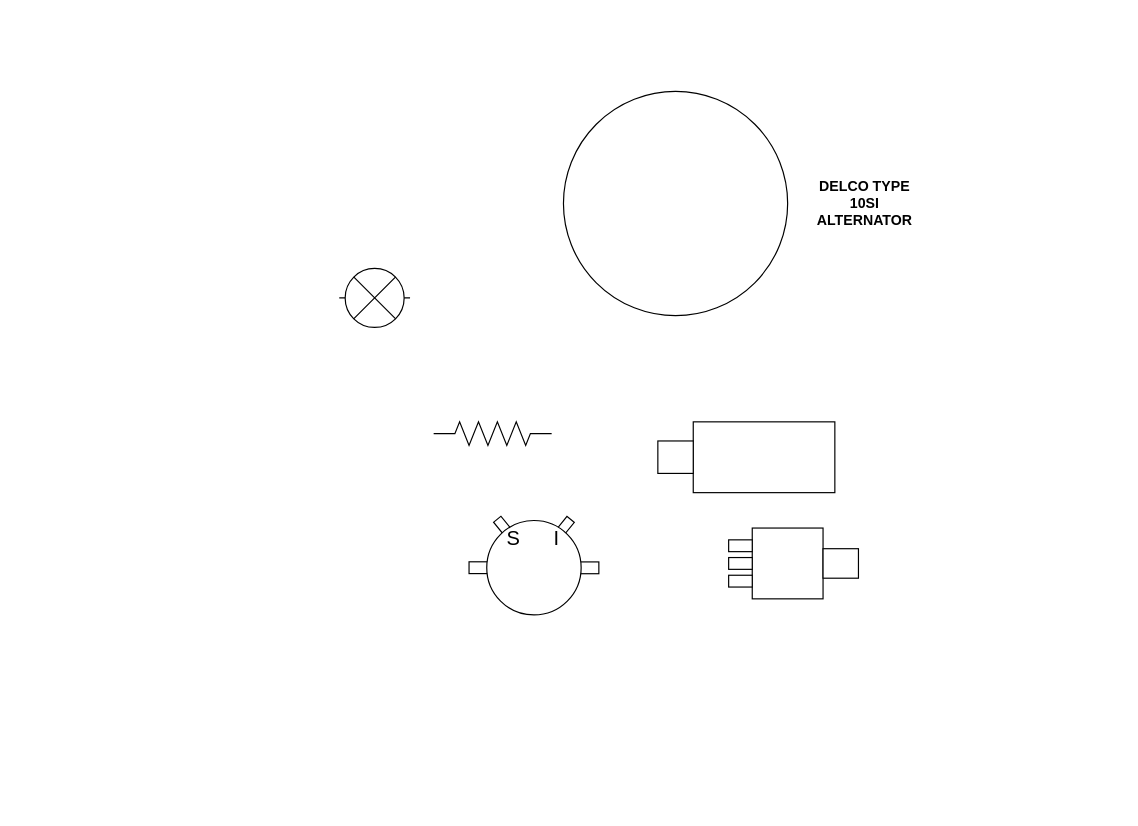
This is International 300U w 12V alternator neg ground.drawio from technomancer-101/tractor-wiring, a draw.io file, before an edit. Source tidied: cells renumbered, new cells numbered last; positions are measured from the earlier drawing's top-left corner, leaving out a move shared by most shapes. Both pictures are drawn from the tidied source at 118%, with x=0, y=0 at pixel (339, 91).
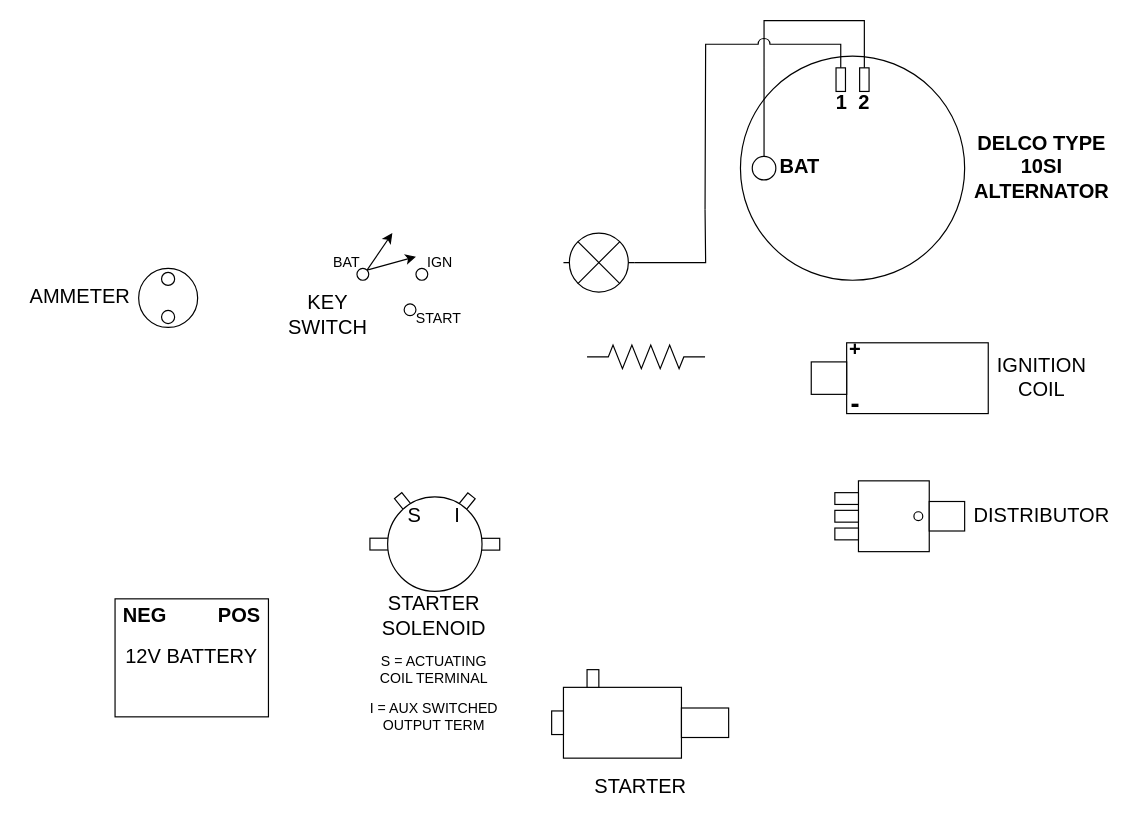
The same diagram, later.

Diff of the diagram source:
```diff
@@
-    <mxCell id="2" style="ellipse;whiteSpace=wrap;html=1;" parent="1" vertex="1">
-      <mxGeometry x="190" width="190" height="190" as="geometry" />
-    </mxCell>
-    <mxCell id="3" value="&lt;div&gt;DELCO TYPE&lt;/div&gt;&lt;div&gt;10SI&lt;/div&gt;&lt;div&gt;ALTERNATOR&lt;br&gt;&lt;/div&gt;" style="text;html=1;align=center;verticalAlign=middle;strokeColor=none;fillColor=none;fontStyle=1;" parent="1" vertex="1">
-      <mxGeometry x="400" y="70" width="90" height="50" as="geometry" />
-    </mxCell>
+    <mxCell id="23" style="edgeStyle=orthogonalEdgeStyle;rounded=0;jumpStyle=arc;jumpSize=10;jettySize=auto;html=1;exitX=1;exitY=0.5;exitDx=0;exitDy=0;exitPerimeter=0;fontSize=11;endArrow=none;endFill=0;" parent="1" edge="1" source="4">
+      <mxGeometry relative="1" as="geometry">
+        <mxPoint x="310" y="100" as="targetPoint" />
+      </mxGeometry>
+    </mxCell>
     <mxCell id="4" style="verticalLabelPosition=bottom;shadow=0;dashed=0;align=center;html=1;verticalAlign=top;shape=mxgraph.electrical.miscellaneous.light_bulb;" parent="1" vertex="1">
-      <mxGeometry y="150" width="60" height="50" as="geometry" />
+      <mxGeometry x="190" y="120" width="60" height="50" as="geometry" />
     </mxCell>
     <mxCell id="5" style="verticalLabelPosition=bottom;shadow=0;dashed=0;align=center;html=1;verticalAlign=top;shape=mxgraph.electrical.resistors.resistor_2;" parent="1" vertex="1">
-      <mxGeometry x="80" y="280" width="100" height="20" as="geometry" />
+      <mxGeometry x="210" y="215" width="100" height="20" as="geometry" />
     </mxCell>
     <mxCell id="6" style="group;" parent="1" vertex="1">
-      <mxGeometry x="330" y="370" width="110" height="60" as="geometry" />
+      <mxGeometry x="420" y="330" width="240" height="115" as="geometry" />
     </mxCell>
+    <mxCell id="24" style="group;" parent="6" vertex="1">
+      <mxGeometry width="240" height="60" as="geometry" />
+    </mxCell>
+    <mxCell id="25" style="group;" parent="24" vertex="1">
+      <mxGeometry width="110" height="60" as="geometry" />
+    </mxCell>
-    <mxCell id="7" style="whiteSpace=wrap;html=1;" parent="6" vertex="1">
+    <mxCell id="7" style="whiteSpace=wrap;html=1;" parent="25" vertex="1">
       <mxGeometry x="20" width="60" height="60" as="geometry" />
     </mxCell>
-    <mxCell id="8" style="rounded=0;whiteSpace=wrap;html=1;" parent="6" vertex="1">
+    <mxCell id="8" style="rounded=0;whiteSpace=wrap;html=1;" parent="25" vertex="1">
       <mxGeometry y="10" width="20" height="10" as="geometry" />
     </mxCell>
-    <mxCell id="9" style="rounded=0;whiteSpace=wrap;html=1;" parent="6" vertex="1">
+    <mxCell id="9" style="rounded=0;whiteSpace=wrap;html=1;" parent="25" vertex="1">
       <mxGeometry y="25" width="20" height="10" as="geometry" />
     </mxCell>
-    <mxCell id="10" style="rounded=0;whiteSpace=wrap;html=1;" parent="6" vertex="1">
+    <mxCell id="10" style="rounded=0;whiteSpace=wrap;html=1;" parent="25" vertex="1">
       <mxGeometry y="40" width="20" height="10" as="geometry" />
     </mxCell>
-    <mxCell id="11" style="rounded=0;whiteSpace=wrap;html=1;" parent="6" vertex="1">
+    <mxCell id="11" style="rounded=0;whiteSpace=wrap;html=1;" parent="25" vertex="1">
       <mxGeometry x="80" y="17.5" width="30" height="25" as="geometry" />
     </mxCell>
-    <mxCell id="12" style="group;" parent="1" vertex="1">
-      <mxGeometry x="270" y="280" width="150" height="60" as="geometry" />
-    </mxCell>
+    <mxCell id="26" style="ellipse;whiteSpace=wrap;html=1;fontSize=17;" parent="25" vertex="1">
+      <mxGeometry x="67" y="26.2" width="7.5" height="7.5" as="geometry" />
+    </mxCell>
+    <mxCell id="27" value="DISTRIBUTOR" style="text;html=1;align=center;verticalAlign=middle;strokeColor=none;fillColor=none;fontSize=17;" parent="24" vertex="1">
+      <mxGeometry x="110" y="15" width="130" height="30" as="geometry" />
+    </mxCell>
+    <mxCell id="28" style="group;" parent="1" vertex="1">
+      <mxGeometry x="-190" y="430" width="130" height="100" as="geometry" />
+    </mxCell>
+    <mxCell id="29" value="12V BATTERY" style="rounded=0;whiteSpace=wrap;html=1;fontSize=17;" parent="28" vertex="1">
+      <mxGeometry width="130" height="100" as="geometry" />
+    </mxCell>
+    <mxCell id="30" value="NEG" style="text;html=1;align=center;verticalAlign=middle;strokeColor=none;fillColor=none;fontSize=17;fontStyle=1;" parent="28" vertex="1">
+      <mxGeometry width="50" height="30" as="geometry" />
+    </mxCell>
+    <mxCell id="31" value="POS" style="text;html=1;align=center;verticalAlign=middle;strokeColor=none;fillColor=none;fontSize=17;fontStyle=1;" parent="28" vertex="1">
+      <mxGeometry x="80" width="50" height="30" as="geometry" />
+    </mxCell>
+    <mxCell id="32" style="group;" parent="1" vertex="1">
+      <mxGeometry x="180" y="490" width="150" height="115" as="geometry" />
+    </mxCell>
+    <mxCell id="33" value="STARTER" style="text;html=1;align=center;verticalAlign=middle;strokeColor=none;fillColor=none;fontSize=17;" parent="32" vertex="1">
+      <mxGeometry x="30" y="85" width="90" height="30" as="geometry" />
+    </mxCell>
+    <mxCell id="34" style="rounded=0;whiteSpace=wrap;html=1;fontSize=17;" parent="32" vertex="1">
+      <mxGeometry x="10" y="15" width="100" height="60" as="geometry" />
+    </mxCell>
+    <mxCell id="35" style="rounded=0;whiteSpace=wrap;html=1;fontSize=17;" parent="32" vertex="1">
+      <mxGeometry x="110" y="32.5" width="40" height="25" as="geometry" />
+    </mxCell>
+    <mxCell id="36" style="rounded=0;whiteSpace=wrap;html=1;fontSize=17;" parent="32" vertex="1">
+      <mxGeometry x="30" width="10" height="15" as="geometry" />
+    </mxCell>
+    <mxCell id="37" style="rounded=0;whiteSpace=wrap;html=1;fontSize=17;" parent="32" vertex="1">
+      <mxGeometry y="35" width="10" height="20" as="geometry" />
+    </mxCell>
+    <mxCell id="38" style="group;" parent="1" vertex="1">
+      <mxGeometry x="340" y="-30" width="320" height="190" as="geometry" />
+    </mxCell>
+    <mxCell id="2" style="ellipse;whiteSpace=wrap;html=1;" parent="38" vertex="1">
+      <mxGeometry width="190" height="190" as="geometry" />
+    </mxCell>
+    <mxCell id="3" value="&lt;div style=&quot;font-size: 17px;&quot;&gt;DELCO TYPE&lt;/div&gt;&lt;div style=&quot;font-size: 17px;&quot;&gt;10SI&lt;/div&gt;&lt;div style=&quot;font-size: 17px;&quot;&gt;ALTERNATOR&lt;br style=&quot;font-size: 17px;&quot;&gt;&lt;/div&gt;" style="text;html=1;align=center;verticalAlign=middle;strokeColor=none;fillColor=none;fontStyle=1;fontSize=17;" parent="38" vertex="1">
+      <mxGeometry x="190" y="60" width="130" height="70" as="geometry" />
+    </mxCell>
+    <mxCell id="39" style="rounded=0;whiteSpace=wrap;html=1;fontSize=17;" parent="38" vertex="1">
+      <mxGeometry x="81" y="10" width="8" height="20" as="geometry" />
+    </mxCell>
+    <mxCell id="40" style="rounded=0;whiteSpace=wrap;html=1;fontSize=17;" parent="38" vertex="1">
+      <mxGeometry x="101" y="10" width="8" height="20" as="geometry" />
+    </mxCell>
+    <mxCell id="41" style="ellipse;whiteSpace=wrap;html=1;fontSize=17;" parent="38" vertex="1">
+      <mxGeometry x="10" y="85" width="20" height="20" as="geometry" />
+    </mxCell>
+    <mxCell id="42" value="1&amp;nbsp; 2" style="text;html=1;align=center;verticalAlign=middle;strokeColor=none;fillColor=none;fontSize=17;fontStyle=1;" parent="38" vertex="1">
+      <mxGeometry x="75" y="25" width="40" height="30" as="geometry" />
+    </mxCell>
+    <mxCell id="43" value="BAT" style="text;html=1;align=center;verticalAlign=middle;strokeColor=none;fillColor=none;fontSize=17;fontStyle=1;" parent="38" vertex="1">
+      <mxGeometry x="25" y="80" width="50" height="30" as="geometry" />
+    </mxCell>
+    <mxCell id="44" style="edgeStyle=orthogonalEdgeStyle;rounded=0;jettySize=auto;html=1;fontSize=11;endArrow=none;endFill=0;jumpStyle=arc;jumpSize=10;" parent="38" edge="1" source="40" target="41">
+      <mxGeometry relative="1" as="geometry">
+        <Array as="points">
+          <mxPoint x="105" y="-30" />
+          <mxPoint x="20" y="-30" />
+        </Array>
+      </mxGeometry>
+    </mxCell>
+    <mxCell id="45" style="group;fontSize=12;" parent="1" vertex="1">
+      <mxGeometry x="400" y="205" width="240" height="75" as="geometry" />
+    </mxCell>
+    <mxCell id="46" value="&lt;div style=&quot;font-size: 17px;&quot;&gt;IGNITION&lt;/div&gt;&lt;div style=&quot;font-size: 17px;&quot;&gt;COIL&lt;br style=&quot;font-size: 17px;&quot;&gt;&lt;/div&gt;" style="text;html=1;align=center;verticalAlign=middle;strokeColor=none;fillColor=none;fontSize=17;" parent="45" vertex="1">
+      <mxGeometry x="150" y="13" width="90" height="50" as="geometry" />
+    </mxCell>
-    <mxCell id="13" style="rounded=0;whiteSpace=wrap;html=1;" parent="12" vertex="1">
-      <mxGeometry x="30" width="120" height="60" as="geometry" />
+    <mxCell id="13" style="rounded=0;whiteSpace=wrap;html=1;" parent="45" vertex="1">
+      <mxGeometry x="30" y="8" width="120" height="60" as="geometry" />
     </mxCell>
-    <mxCell id="14" style="rounded=0;whiteSpace=wrap;html=1;" parent="12" vertex="1">
-      <mxGeometry y="16.2" width="30" height="27.5" as="geometry" />
+    <mxCell id="14" style="rounded=0;whiteSpace=wrap;html=1;" parent="45" vertex="1">
+      <mxGeometry y="24.2" width="30" height="27.5" as="geometry" />
     </mxCell>
-    <mxCell id="15" style="group;" parent="1" vertex="1">
-      <mxGeometry x="110" y="360" width="110" height="83.6" as="geometry" />
-    </mxCell>
+    <mxCell id="47" value="+" style="text;html=1;align=center;verticalAlign=middle;strokeColor=none;fillColor=none;fontSize=17;fontStyle=1;" parent="45" vertex="1">
+      <mxGeometry x="22" width="30" height="30" as="geometry" />
+    </mxCell>
+    <mxCell id="48" value="-" style="text;html=1;align=center;verticalAlign=middle;strokeColor=none;fillColor=none;fontSize=23;fontStyle=1;spacing=0;" parent="45" vertex="1">
+      <mxGeometry x="27" y="45" width="20" height="30" as="geometry" />
+    </mxCell>
+    <mxCell id="49" style="group;" parent="1" vertex="1">
+      <mxGeometry x="20" y="340" width="120" height="205" as="geometry" />
+    </mxCell>
-    <mxCell id="16" style="rounded=0;whiteSpace=wrap;html=1;rotation=51;direction=east;" parent="15" vertex="1">
-      <mxGeometry x="21.5" y="3.6" width="13" height="8" as="geometry" />
+    <mxCell id="16" style="rounded=0;whiteSpace=wrap;html=1;rotation=51;direction=east;" parent="49" vertex="1">
+      <mxGeometry x="27.5" y="3.6" width="13" height="8" as="geometry" />
     </mxCell>
-    <mxCell id="17" style="rounded=0;whiteSpace=wrap;html=1;" parent="15" vertex="1">
-      <mxGeometry y="38.6" width="20" height="10" as="geometry" />
+    <mxCell id="17" style="rounded=0;whiteSpace=wrap;html=1;" parent="49" vertex="1">
+      <mxGeometry x="6" y="38.6" width="20" height="10" as="geometry" />
     </mxCell>
-    <mxCell id="18" style="group;flipH=1;flipV=0;" parent="15" vertex="1">
-      <mxGeometry x="15" y="0.1" width="95" height="83.6" as="geometry" />
+    <mxCell id="18" style="group;flipH=1;flipV=0;" parent="49" vertex="1">
+      <mxGeometry x="21" y="0.1" width="95" height="83.6" as="geometry" />
     </mxCell>
@@
-    <mxCell id="21" style="ellipse;whiteSpace=wrap;html=1;" parent="15" vertex="1">
-      <mxGeometry x="15" y="3.6" width="80" height="80" as="geometry" />
+    <mxCell id="21" style="ellipse;whiteSpace=wrap;html=1;" parent="49" vertex="1">
+      <mxGeometry x="21" y="3.6" width="80" height="80" as="geometry" />
     </mxCell>
-    <mxCell id="22" value="S&amp;nbsp;&amp;nbsp;&amp;nbsp;&amp;nbsp;&amp;nbsp; I" style="text;html=1;align=center;verticalAlign=middle;strokeColor=none;fillColor=none;fontSize=17;" parent="15" vertex="1">
-      <mxGeometry x="24" y="5" width="60" height="30" as="geometry" />
+    <mxCell id="22" value="S&amp;nbsp;&amp;nbsp;&amp;nbsp;&amp;nbsp;&amp;nbsp; I" style="text;html=1;align=center;verticalAlign=middle;strokeColor=none;fillColor=none;fontSize=17;" parent="49" vertex="1">
+      <mxGeometry x="30" y="5" width="60" height="30" as="geometry" />
     </mxCell>
+    <mxCell id="50" style="group;" parent="49" vertex="1">
+      <mxGeometry y="80" width="120" height="125" as="geometry" />
+    </mxCell>
+    <mxCell id="51" value="&lt;div&gt;STARTER&lt;/div&gt;&lt;div&gt;SOLENOID&lt;br&gt;&lt;/div&gt;" style="text;html=1;align=center;verticalAlign=middle;strokeColor=none;fillColor=none;fontSize=17;" parent="50" vertex="1">
+      <mxGeometry x="10" width="100" height="50" as="geometry" />
+    </mxCell>
+    <mxCell id="52" value="&lt;div&gt;S = ACTUATING&lt;/div&gt;&lt;div&gt;COIL TERMINAL&lt;br&gt;&lt;/div&gt;" style="text;html=1;align=center;verticalAlign=middle;strokeColor=none;fillColor=none;fontSize=12;" parent="50" vertex="1">
+      <mxGeometry x="5" y="55" width="110" height="30" as="geometry" />
+    </mxCell>
+    <mxCell id="53" value="&lt;div&gt;I = AUX SWITCHED&lt;/div&gt;&lt;div&gt;OUTPUT TERM&lt;br&gt;&lt;/div&gt;" style="text;html=1;align=center;verticalAlign=middle;strokeColor=none;fillColor=none;fontSize=12;" parent="50" vertex="1">
+      <mxGeometry y="95" width="120" height="30" as="geometry" />
+    </mxCell>
+    <mxCell id="54" style="group;" parent="1" vertex="1">
+      <mxGeometry x="-50" y="120" width="159" height="95" as="geometry" />
+    </mxCell>
+    <mxCell id="55" style="group;" parent="54" vertex="1">
+      <mxGeometry x="65" width="60" height="70" as="geometry" />
+    </mxCell>
+    <mxCell id="56" style="ellipse;whiteSpace=wrap;html=1;fontSize=17;" parent="55" vertex="1">
+      <mxGeometry y="30" width="10" height="10" as="geometry" />
+    </mxCell>
+    <mxCell id="57" style="ellipse;whiteSpace=wrap;html=1;fontSize=17;" parent="55" vertex="1">
+      <mxGeometry x="50" y="30" width="10" height="10" as="geometry" />
+    </mxCell>
+    <mxCell id="58" style="ellipse;whiteSpace=wrap;html=1;fontSize=17;" parent="55" vertex="1">
+      <mxGeometry x="40" y="60" width="10" height="10" as="geometry" />
+    </mxCell>
+    <mxCell id="59" style="endArrow=classic;html=1;rounded=0;fontSize=17;exitX=1;exitY=0;exitDx=0;exitDy=0;" parent="55" edge="1" source="56">
+      <mxGeometry relative="1" as="geometry">
+        <mxPoint x="30" as="targetPoint" />
+      </mxGeometry>
+    </mxCell>
+    <mxCell id="60" style="endArrow=classic;html=1;rounded=0;fontSize=17;exitX=1;exitY=0;exitDx=0;exitDy=0;" parent="55" edge="1" source="56">
+      <mxGeometry relative="1" as="geometry">
+        <mxPoint x="50" y="20" as="targetPoint" />
+      </mxGeometry>
+    </mxCell>
+    <mxCell id="61" value="BAT" style="text;html=1;align=center;verticalAlign=middle;strokeColor=none;fillColor=none;fontSize=12;" parent="54" vertex="1">
+      <mxGeometry x="36" y="15" width="40" height="20" as="geometry" />
+    </mxCell>
+    <mxCell id="62" value="START" style="text;html=1;align=center;verticalAlign=middle;strokeColor=none;fillColor=none;fontSize=12;" parent="54" vertex="1">
+      <mxGeometry x="109" y="63" width="50" height="20" as="geometry" />
+    </mxCell>
+    <mxCell id="63" value="IGN" style="text;html=1;align=center;verticalAlign=middle;strokeColor=none;fillColor=none;fontSize=12;" parent="54" vertex="1">
+      <mxGeometry x="115" y="15" width="40" height="20" as="geometry" />
+    </mxCell>
+    <mxCell id="64" value="&lt;div&gt;KEY&lt;/div&gt;&lt;div&gt;SWITCH&lt;br&gt;&lt;/div&gt;" style="text;html=1;align=center;verticalAlign=middle;strokeColor=none;fillColor=none;fontSize=17;" parent="54" vertex="1">
+      <mxGeometry y="45" width="80" height="50" as="geometry" />
+    </mxCell>
+    <mxCell id="65" style="edgeStyle=orthogonalEdgeStyle;rounded=0;jumpStyle=arc;jumpSize=10;jettySize=auto;html=1;fontSize=11;endArrow=none;endFill=0;exitX=0.5;exitY=0;exitDx=0;exitDy=0;" parent="1" edge="1" source="39">
+      <mxGeometry relative="1" as="geometry">
+        <mxPoint x="310" y="100" as="targetPoint" />
+      </mxGeometry>
+    </mxCell>
+    <mxCell id="66" style="group;" parent="1" vertex="1">
+      <mxGeometry x="-270" y="150" width="150" height="50" as="geometry" />
+    </mxCell>
+    <mxCell id="67" style="group;" parent="66" vertex="1">
+      <mxGeometry x="100" width="50" height="50" as="geometry" />
+    </mxCell>
+    <mxCell id="68" style="ellipse;whiteSpace=wrap;html=1;fontSize=17;" parent="67" vertex="1">
+      <mxGeometry width="50" height="50" as="geometry" />
+    </mxCell>
+    <mxCell id="69" style="ellipse;whiteSpace=wrap;html=1;fontSize=17;" parent="67" vertex="1">
+      <mxGeometry x="19.4" y="3.3" width="11.1" height="11.1" as="geometry" />
+    </mxCell>
+    <mxCell id="70" style="ellipse;whiteSpace=wrap;html=1;fontSize=17;" parent="67" vertex="1">
+      <mxGeometry x="19.4" y="35.6" width="11.1" height="11.1" as="geometry" />
+    </mxCell>
+    <mxCell id="71" value="&lt;font style=&quot;font-size: 17px&quot;&gt;AMMETER&lt;/font&gt;" style="text;html=1;align=center;verticalAlign=middle;strokeColor=none;fillColor=none;fontSize=12;" parent="66" vertex="1">
+      <mxGeometry y="15" width="100" height="20" as="geometry" />
+    </mxCell>
```
